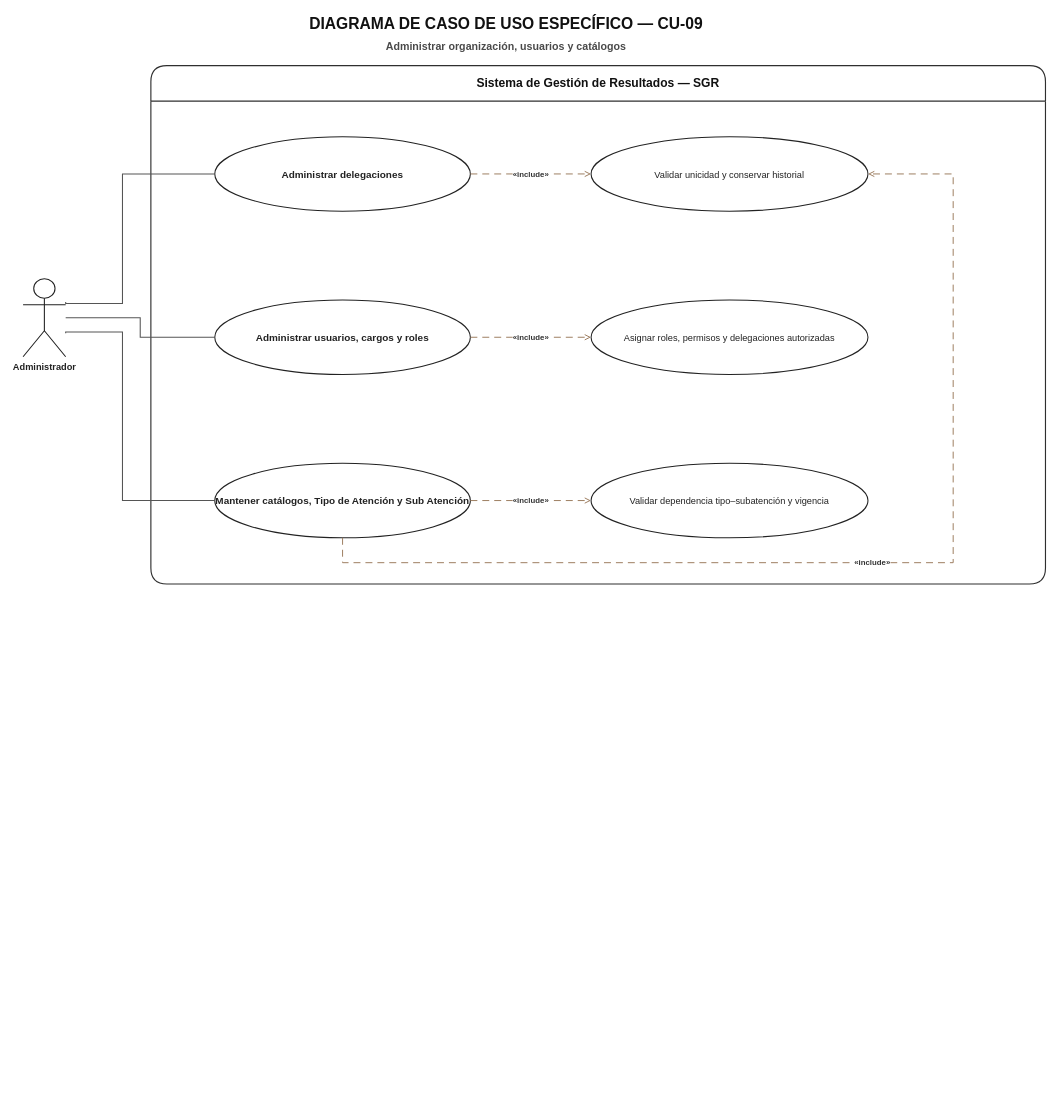
Earlier version of the draw.io diagram docs/uml/02_casos_de_uso/02_especificos/CU09_administrar_organizacion_usuarios_y_catalogos/Diagrama_Caso_Uso_Especifico_CU09_SGR.drawio (MasterCapehart/sgr-proyecto-integrado). Source tidied: cells renumbered, new cells numbered last; positions are measured from the earlier drawing's top-left corner, leaving out a move shared by most shapes. Both pictures are drawn from the tidied source at 71%, with x=0, y=0 at pixel (23, 12).
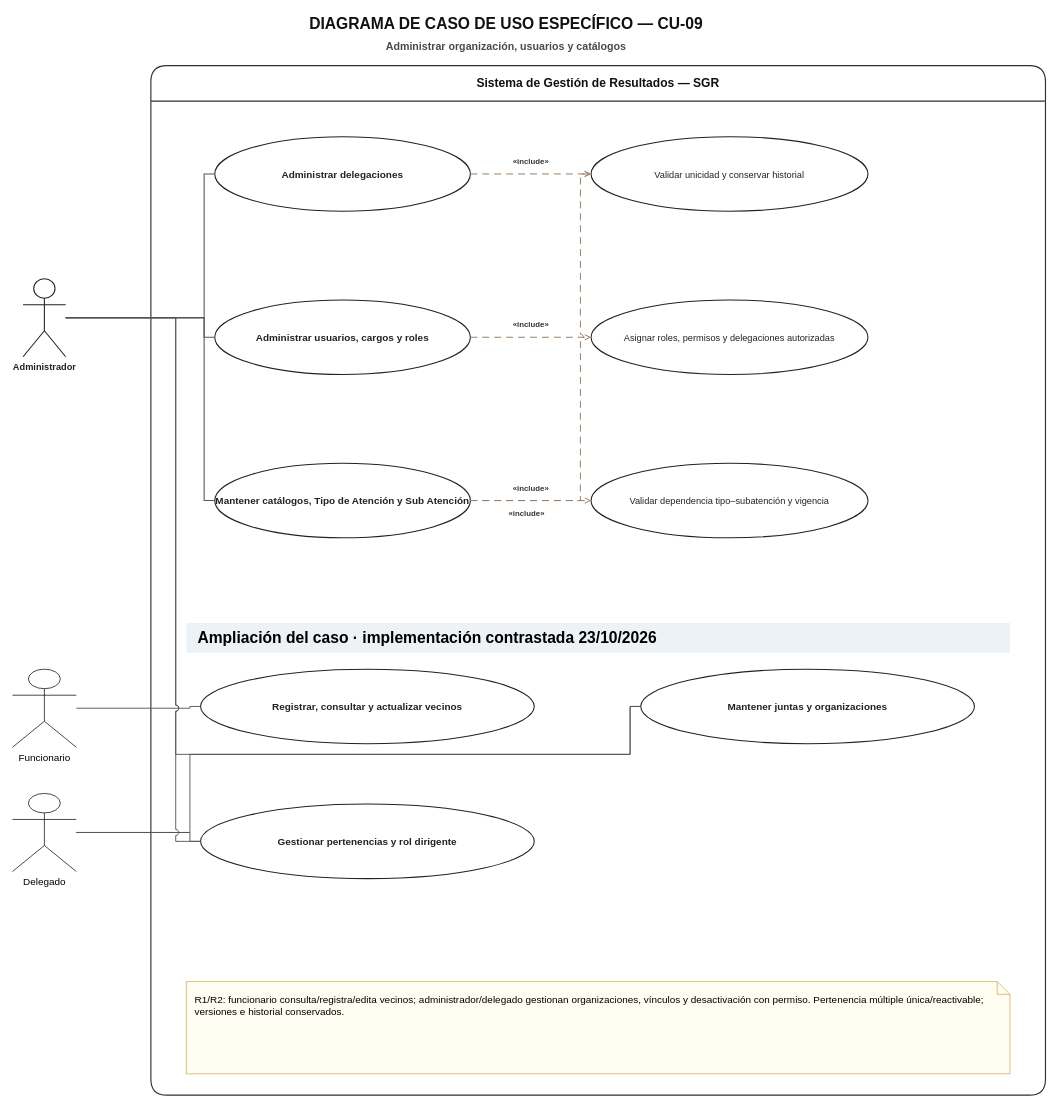
The same diagram, later.

The change refers to these unchanged cells:
```xml
<mxCell id="5" value="Administrador" style="shape=umlActor;verticalLabelPosition=bottom;verticalAlign=top;html=1;outlineConnect=0;fillColor=#FFFFFF;strokeColor=#222222;fontColor=#222222;fontSize=13;fontStyle=1;strokeWidth=1.5;" parent="1" vertex="1">
  <mxGeometry y="375" width="60" height="110" as="geometry" />
</mxCell>
<mxCell id="6" value="Administrar delegaciones" style="ellipse;whiteSpace=wrap;html=1;fillColor=#FFFFFF;strokeColor=#222222;fontColor=#222222;fontSize=14;strokeWidth=1.5;fontStyle=1;" parent="1" vertex="1">
  <mxGeometry x="270" y="175" width="360" height="105" as="geometry" />
</mxCell>
<mxCell id="7" value="Validar unicidad y conservar historial" style="ellipse;whiteSpace=wrap;html=1;fillColor=#FFFFFF;strokeColor=#222222;fontColor=#222222;fontSize=13;strokeWidth=1.5;" parent="1" vertex="1">
  <mxGeometry x="800" y="175" width="390" height="105" as="geometry" />
</mxCell>
<mxCell id="8" value="Administrar usuarios, cargos y roles" style="ellipse;whiteSpace=wrap;html=1;fillColor=#FFFFFF;strokeColor=#222222;fontColor=#222222;fontSize=14;strokeWidth=1.5;fontStyle=1;" parent="1" vertex="1">
  <mxGeometry x="270" y="405" width="360" height="105" as="geometry" />
</mxCell>
<mxCell id="9" value="Asignar roles, permisos y delegaciones autorizadas" style="ellipse;whiteSpace=wrap;html=1;fillColor=#FFFFFF;strokeColor=#222222;fontColor=#222222;fontSize=13;strokeWidth=1.5;" parent="1" vertex="1">
  <mxGeometry x="800" y="405" width="390" height="105" as="geometry" />
</mxCell>
<mxCell id="10" value="Mantener catálogos, Tipo de Atención y Sub Atención" style="ellipse;whiteSpace=wrap;html=1;fillColor=#FFFFFF;strokeColor=#222222;fontColor=#222222;fontSize=14;strokeWidth=1.5;fontStyle=1;" parent="1" vertex="1">
  <mxGeometry x="270" y="635" width="360" height="105" as="geometry" />
</mxCell>
<mxCell id="11" value="Validar dependencia tipo–subatención y vigencia" style="ellipse;whiteSpace=wrap;html=1;fillColor=#FFFFFF;strokeColor=#222222;fontColor=#222222;fontSize=13;strokeWidth=1.5;" parent="1" vertex="1">
  <mxGeometry x="800" y="635" width="390" height="105" as="geometry" />
</mxCell>
```

What changed in the source:
```diff
@@
     <mxCell id="4" value="Sistema de Gestión de Resultados — SGR" style="swimlane;horizontal=1;startSize=50;rounded=1;whiteSpace=wrap;html=1;fillColor=#FFFFFF;swimlaneFillColor=#FFFFFF;strokeColor=#2F2F2F;fontColor=#111111;fontSize=17;fontStyle=1;spacing=8;strokeWidth=1.6;" parent="1" vertex="1">
-      <mxGeometry x="180" y="75" width="1260" height="730" as="geometry" />
+      <mxGeometry x="180" y="75" width="1260" height="1450" as="geometry" />
     </mxCell>
@@
-    <mxCell id="12" style="edgeStyle=orthogonalEdgeStyle;jettySize=auto;endArrow=none;startArrow=none;html=1;rounded=0;strokeColor=#555555;strokeWidth=1.5;exitX=1;exitY=0.3;entryX=0;entryY=0.5;" parent="1" edge="1" source="5" target="6">
+    <mxCell id="12" style="jettySize=auto;endArrow=none;startArrow=none;html=1;strokeColor=#555555;strokeWidth=1.5;jumpSize=8;edgeStyle=none;noEdgeStyle=1;rounded=0;exitX=1;exitY=0.5;entryX=0;entryY=0.5;exitPerimeter=0;entryPerimeter=0;jumpStyle=arc;jumpSize=8;" parent="1" edge="1" source="5" target="6">
       <mxGeometry relative="1" as="geometry">
         <Array as="points">
-          <mxPoint x="140" y="410" />
-          <mxPoint x="140" y="227" />
+          <mxPoint x="255" y="430" />
+          <mxPoint x="255" y="227.5" />
         </Array>
       </mxGeometry>
     </mxCell>
-    <mxCell id="13" style="edgeStyle=orthogonalEdgeStyle;jettySize=auto;endArrow=none;startArrow=none;html=1;rounded=0;strokeColor=#555555;strokeWidth=1.5;exitX=1;exitY=0.5;entryX=0;entryY=0.5;" parent="1" edge="1" source="5" target="8">
-      <mxGeometry relative="1" as="geometry" />
+    <mxCell id="13" style="jettySize=auto;endArrow=none;startArrow=none;html=1;strokeColor=#555555;strokeWidth=1.5;jumpSize=8;edgeStyle=none;noEdgeStyle=1;rounded=0;exitX=1;exitY=0.5;entryX=0;entryY=0.5;exitPerimeter=0;entryPerimeter=0;jumpStyle=arc;jumpSize=8;" parent="1" edge="1" source="5" target="8">
+      <mxGeometry relative="1" as="geometry">
+        <Array as="points">
+          <mxPoint x="255" y="430" />
+          <mxPoint x="255" y="457.5" />
+        </Array>
+      </mxGeometry>
     </mxCell>
-    <mxCell id="14" style="edgeStyle=orthogonalEdgeStyle;jettySize=auto;endArrow=none;startArrow=none;html=1;rounded=0;strokeColor=#555555;strokeWidth=1.5;exitX=1;exitY=0.7;entryX=0;entryY=0.5;" parent="1" edge="1" source="5" target="10">
+    <mxCell id="14" style="jettySize=auto;endArrow=none;startArrow=none;html=1;strokeColor=#555555;strokeWidth=1.5;jumpSize=8;edgeStyle=none;noEdgeStyle=1;rounded=0;exitX=1;exitY=0.5;entryX=0;entryY=0.5;exitPerimeter=0;entryPerimeter=0;jumpStyle=arc;jumpSize=8;" parent="1" edge="1" source="5" target="10">
       <mxGeometry relative="1" as="geometry">
         <Array as="points">
-          <mxPoint x="140" y="450" />
-          <mxPoint x="140" y="687" />
+          <mxPoint x="255" y="430" />
+          <mxPoint x="255" y="687.5" />
         </Array>
       </mxGeometry>
     </mxCell>
-    <mxCell id="15" value="«include»" style="edgeStyle=orthogonalEdgeStyle;jettySize=auto;endArrow=open;endFill=0;startArrow=none;html=1;rounded=0;dashed=1;dashPattern=7 5;strokeColor=#9E7E61;strokeWidth=1.4;fontSize=11;fontStyle=1;labelBackgroundColor=#FFFFFF;exitX=1;exitY=0.5;entryX=0;entryY=0.5;fontColor=#333333;" parent="1" edge="1" source="6" target="7">
-      <mxGeometry relative="1" as="geometry" />
+    <mxCell id="15" value="«include»" style="jettySize=auto;endArrow=open;endFill=0;startArrow=none;html=1;dashed=1;dashPattern=7 5;strokeColor=#9E7E61;strokeWidth=1.4;fontSize=11;fontStyle=1;labelBackgroundColor=#FFFFFF;fontColor=#333333;jumpSize=8;edgeStyle=none;noEdgeStyle=1;rounded=0;exitX=1;exitY=0.5;entryX=0;entryY=0.5;exitPerimeter=0;entryPerimeter=0;jumpStyle=arc;jumpSize=8;" parent="1" edge="1" source="6" target="7">
+      <mxGeometry relative="1" as="geometry">
+        <mxPoint y="-18" as="offset" />
+      </mxGeometry>
     </mxCell>
-    <mxCell id="16" value="«include»" style="edgeStyle=orthogonalEdgeStyle;jettySize=auto;endArrow=open;endFill=0;startArrow=none;html=1;rounded=0;dashed=1;dashPattern=7 5;strokeColor=#9E7E61;strokeWidth=1.4;fontSize=11;fontStyle=1;labelBackgroundColor=#FFFFFF;exitX=1;exitY=0.5;entryX=0;entryY=0.5;fontColor=#333333;" parent="1" edge="1" source="8" target="9">
-      <mxGeometry relative="1" as="geometry" />
+    <mxCell id="16" value="«include»" style="jettySize=auto;endArrow=open;endFill=0;startArrow=none;html=1;dashed=1;dashPattern=7 5;strokeColor=#9E7E61;strokeWidth=1.4;fontSize=11;fontStyle=1;labelBackgroundColor=#FFFFFF;fontColor=#333333;jumpSize=8;edgeStyle=none;noEdgeStyle=1;rounded=0;exitX=1;exitY=0.5;entryX=0;entryY=0.5;exitPerimeter=0;entryPerimeter=0;jumpStyle=arc;jumpSize=8;" parent="1" edge="1" source="8" target="9">
+      <mxGeometry relative="1" as="geometry">
+        <mxPoint y="-18" as="offset" />
+      </mxGeometry>
     </mxCell>
-    <mxCell id="17" value="«include»" style="edgeStyle=orthogonalEdgeStyle;jettySize=auto;endArrow=open;endFill=0;startArrow=none;html=1;rounded=0;dashed=1;dashPattern=7 5;strokeColor=#9E7E61;strokeWidth=1.4;fontSize=11;fontStyle=1;labelBackgroundColor=#FFFFFF;exitX=1;exitY=0.5;entryX=0;entryY=0.5;fontColor=#333333;" parent="1" edge="1" source="10" target="11">
-      <mxGeometry relative="1" as="geometry" />
+    <mxCell id="17" value="«include»" style="jettySize=auto;endArrow=open;endFill=0;startArrow=none;html=1;dashed=1;dashPattern=7 5;strokeColor=#9E7E61;strokeWidth=1.4;fontSize=11;fontStyle=1;labelBackgroundColor=#FFFFFF;fontColor=#333333;jumpSize=8;edgeStyle=none;noEdgeStyle=1;rounded=0;exitX=1;exitY=0.5;entryX=0;entryY=0.5;exitPerimeter=0;entryPerimeter=0;jumpStyle=arc;jumpSize=8;" parent="1" edge="1" source="10" target="11">
+      <mxGeometry relative="1" as="geometry">
+        <mxPoint y="-18" as="offset" />
+      </mxGeometry>
     </mxCell>
-    <mxCell id="18" value="«include»" style="edgeStyle=orthogonalEdgeStyle;jettySize=auto;endArrow=open;endFill=0;startArrow=none;html=1;rounded=0;dashed=1;dashPattern=7 5;strokeColor=#9E7E61;strokeWidth=1.4;fontSize=11;fontStyle=1;labelBackgroundColor=#FFFFFF;exitX=0.5;exitY=1;entryX=1;entryY=0.5;fontColor=#333333;" parent="1" edge="1" source="10" target="7">
-      <mxGeometry relative="1" as="geometry">
+    <mxCell id="18" value="«include»" style="jettySize=auto;endArrow=open;endFill=0;startArrow=none;html=1;dashed=1;dashPattern=7 5;strokeColor=#9E7E61;strokeWidth=1.4;fontSize=11;fontStyle=1;labelBackgroundColor=#FFFFFF;fontColor=#333333;jumpSize=8;edgeStyle=none;noEdgeStyle=1;rounded=0;exitX=1;exitY=0.5;entryX=0;entryY=0.5;exitPerimeter=0;entryPerimeter=0;jumpStyle=arc;jumpSize=8;" parent="1" edge="1" source="10" target="7">
+      <mxGeometry x="-0.75" relative="1" as="geometry">
         <Array as="points">
-          <mxPoint x="450" y="775" />
-          <mxPoint x="1310" y="775" />
-          <mxPoint x="1310" y="227" />
+          <mxPoint x="785" y="687.5" />
+          <mxPoint x="785" y="227.5" />
         </Array>
+        <mxPoint y="18" as="offset" />
       </mxGeometry>
     </mxCell>
+    <mxCell id="19" value="Funcionario" style="shape=umlActor;verticalLabelPosition=bottom;verticalAlign=top;html=1;fontSize=14;" parent="1" vertex="1">
+      <mxGeometry x="-15" y="925" width="90" height="110" as="geometry" />
+    </mxCell>
+    <mxCell id="20" value="Delegado" style="shape=umlActor;verticalLabelPosition=bottom;verticalAlign=top;html=1;fontSize=14;" parent="1" vertex="1">
+      <mxGeometry x="-15" y="1100" width="90" height="110" as="geometry" />
+    </mxCell>
+    <mxCell id="21" value="Ampliación del caso · implementación contrastada 23/10/2026" style="text;html=1;strokeColor=none;fillColor=#EDF2F7;align=left;verticalAlign=middle;fontSize=22;fontStyle=1;spacingLeft=14;" parent="1" vertex="1">
+      <mxGeometry x="230" y="860" width="1160" height="42" as="geometry" />
+    </mxCell>
+    <mxCell id="22" value="Registrar, consultar y actualizar vecinos" style="ellipse;whiteSpace=wrap;html=1;fillColor=#FFFFFF;strokeColor=#222222;fontColor=#222222;fontSize=14;strokeWidth=1.5;fontStyle=1;" parent="1" vertex="1">
+      <mxGeometry x="250" y="925" width="470" height="105" as="geometry" />
+    </mxCell>
+    <mxCell id="23" value="Mantener juntas y organizaciones" style="ellipse;whiteSpace=wrap;html=1;fillColor=#FFFFFF;strokeColor=#222222;fontColor=#222222;fontSize=14;strokeWidth=1.5;fontStyle=1;" parent="1" vertex="1">
+      <mxGeometry x="870" y="925" width="470" height="105" as="geometry" />
+    </mxCell>
+    <mxCell id="24" value="Gestionar pertenencias y rol dirigente" style="ellipse;whiteSpace=wrap;html=1;fillColor=#FFFFFF;strokeColor=#222222;fontColor=#222222;fontSize=14;strokeWidth=1.5;fontStyle=1;" parent="1" vertex="1">
+      <mxGeometry x="250" y="1115" width="470" height="105" as="geometry" />
+    </mxCell>
+    <mxCell id="25" style="html=1;strokeColor=#555555;strokeWidth=1.3;fontSize=12;labelBackgroundColor=#FFFFFF;startArrow=none;endArrow=none;jumpSize=8;edgeStyle=none;noEdgeStyle=1;rounded=0;exitX=1;exitY=0.5;entryX=0;entryY=0.5;exitPerimeter=0;entryPerimeter=0;jumpStyle=arc;jumpSize=8;" parent="1" edge="1" source="19" target="22">
+      <mxGeometry relative="1" as="geometry">
+        <Array as="points">
+          <mxPoint x="235" y="980" />
+          <mxPoint x="235" y="977.5" />
+        </Array>
+      </mxGeometry>
+    </mxCell>
+    <mxCell id="26" style="html=1;strokeColor=#555555;strokeWidth=1.3;fontSize=12;labelBackgroundColor=#FFFFFF;startArrow=none;endArrow=none;jumpSize=8;edgeStyle=none;noEdgeStyle=1;rounded=0;exitX=1;exitY=0.5;entryX=0;entryY=0.5;exitPerimeter=0;entryPerimeter=0;jumpStyle=arc;jumpSize=8;" parent="1" edge="1" source="20" target="23">
+      <mxGeometry relative="1" as="geometry">
+        <Array as="points">
+          <mxPoint x="235" y="1155" />
+          <mxPoint x="235" y="1045" />
+          <mxPoint x="855" y="1045" />
+          <mxPoint x="855" y="977.5" />
+        </Array>
+      </mxGeometry>
+    </mxCell>
+    <mxCell id="27" style="html=1;strokeColor=#555555;strokeWidth=1.3;fontSize=12;labelBackgroundColor=#FFFFFF;startArrow=none;endArrow=none;jumpSize=8;edgeStyle=none;noEdgeStyle=1;rounded=0;exitX=1;exitY=0.5;entryX=0;entryY=0.5;exitPerimeter=0;entryPerimeter=0;jumpStyle=arc;jumpSize=8;" parent="1" edge="1" source="20" target="24">
+      <mxGeometry relative="1" as="geometry">
+        <Array as="points">
+          <mxPoint x="235" y="1155" />
+          <mxPoint x="235" y="1167.5" />
+        </Array>
+      </mxGeometry>
+    </mxCell>
+    <mxCell id="28" value="R1/R2: funcionario consulta/registra/edita vecinos; administrador/delegado gestionan organizaciones, vínculos y desactivación con permiso. Pertenencia múltiple única/reactivable; versiones e historial conservados." style="shape=note;whiteSpace=wrap;html=1;size=18;fillColor=#FFFDF2;strokeColor=#C8A951;fontSize=14;align=left;verticalAlign=top;spacing=12;" parent="1" vertex="1">
+      <mxGeometry x="230" y="1365" width="1160" height="130" as="geometry" />
+    </mxCell>
+    <mxCell id="29" style="html=1;strokeColor=#555555;strokeWidth=1.3;fontSize=12;labelBackgroundColor=#FFFFFF;endArrow=none;startArrow=none;jumpSize=8;edgeStyle=none;noEdgeStyle=1;rounded=0;exitX=1;exitY=0.5;entryX=0;entryY=0.5;exitPerimeter=0;entryPerimeter=0;jumpStyle=arc;jumpSize=8;" parent="1" edge="1" source="5" target="23">
+      <mxGeometry relative="1" as="geometry">
+        <Array as="points">
+          <mxPoint x="215" y="430" />
+          <mxPoint x="215" y="1045" />
+          <mxPoint x="855" y="1045" />
+          <mxPoint x="855" y="977.5" />
+        </Array>
+      </mxGeometry>
+    </mxCell>
+    <mxCell id="30" style="html=1;strokeColor=#555555;strokeWidth=1.3;fontSize=12;labelBackgroundColor=#FFFFFF;endArrow=none;startArrow=none;jumpSize=8;edgeStyle=none;noEdgeStyle=1;rounded=0;exitX=1;exitY=0.5;entryX=0;entryY=0.5;exitPerimeter=0;entryPerimeter=0;jumpStyle=arc;jumpSize=8;" parent="1" edge="1" source="5" target="24">
+      <mxGeometry relative="1" as="geometry">
+        <Array as="points">
+          <mxPoint x="215" y="430" />
+          <mxPoint x="215" y="1167.5" />
+        </Array>
+      </mxGeometry>
+    </mxCell>
```
